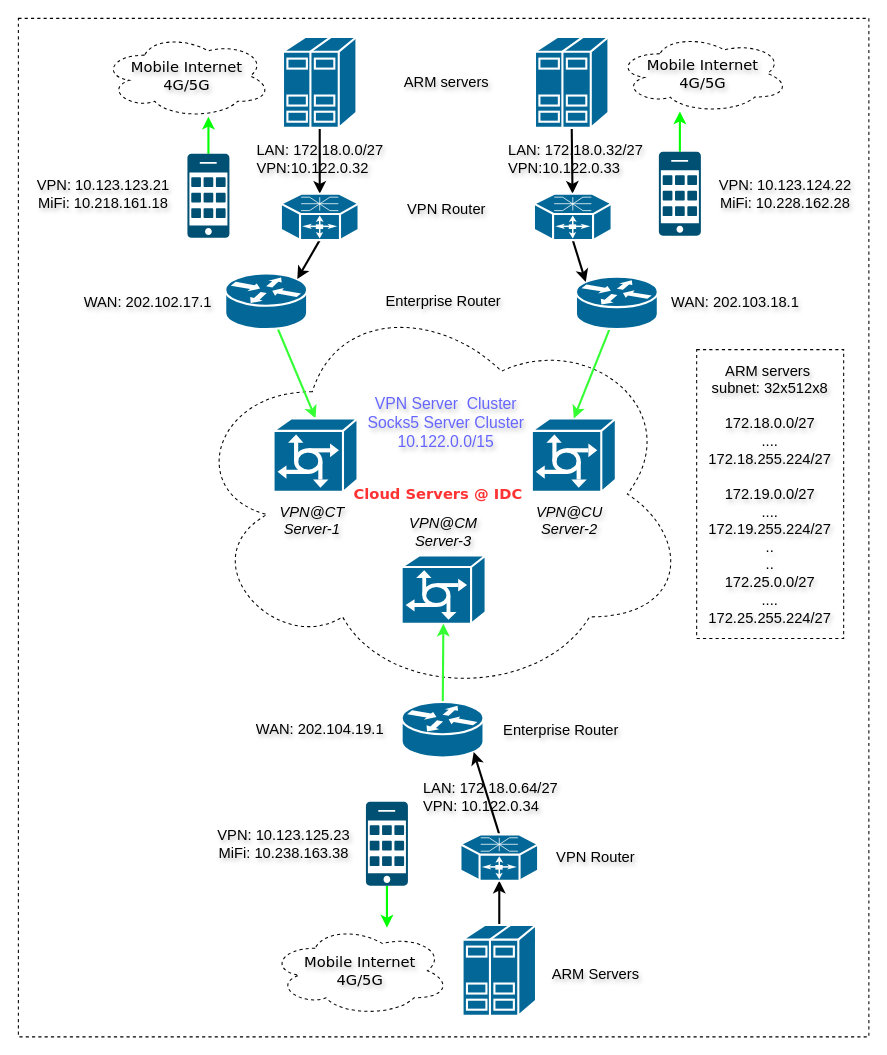
Above: Untitled Diagram.drawio in nxtreaming/andy_study (draw.io), before the change. Source tidied: cells renumbered, new cells numbered last; positions are measured from the earlier drawing's top-left corner, leaving out a move shared by most shapes. Both pictures are drawn from the tidied source at 105%, with x=0, y=0 at pixel (18, 18).
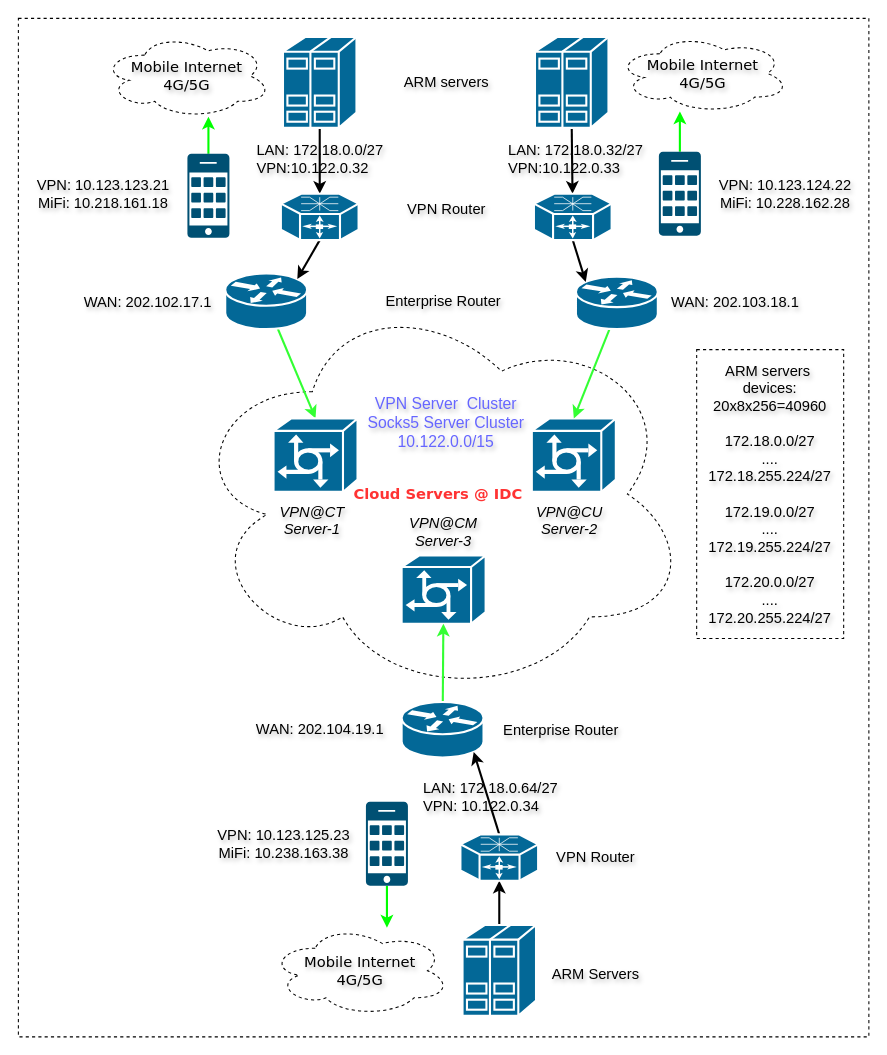
Above is the later version.

Diff of the diagram source:
```diff
@@
-    <mxCell id="53" value="&lt;div style=&quot;font-size: 14px;&quot;&gt;&lt;font style=&quot;font-size: 14px;&quot;&gt;&lt;span style=&quot;background-color: initial;&quot;&gt;ARM servers&amp;nbsp;&lt;/span&gt;&lt;br&gt;&lt;/font&gt;&lt;/div&gt;&lt;div style=&quot;font-size: 14px;&quot;&gt;&lt;font style=&quot;font-size: 14px;&quot;&gt;subnet: 32x512x8&lt;/font&gt;&lt;/div&gt;&lt;div style=&quot;font-size: 14px;&quot;&gt;&lt;span style=&quot;background-color: initial;&quot;&gt;&lt;font style=&quot;font-size: 14px;&quot;&gt;&lt;br&gt;&lt;/font&gt;&lt;/span&gt;&lt;/div&gt;&lt;div style=&quot;font-size: 14px;&quot;&gt;&lt;span style=&quot;background-color: initial;&quot;&gt;&lt;font style=&quot;font-size: 14px;&quot;&gt;172.18.0.0/27&lt;/font&gt;&lt;/span&gt;&lt;/div&gt;&lt;div style=&quot;font-size: 14px;&quot;&gt;&lt;span style=&quot;background-color: initial;&quot;&gt;&lt;font style=&quot;font-size: 14px;&quot;&gt;....&lt;/font&gt;&lt;/span&gt;&lt;/div&gt;&lt;div style=&quot;font-size: 14px;&quot;&gt;&lt;span style=&quot;background-color: initial;&quot;&gt;&lt;font style=&quot;font-size: 14px;&quot;&gt;172.18.255.224/27&lt;/font&gt;&lt;/span&gt;&lt;/div&gt;&lt;div style=&quot;font-size: 14px;&quot;&gt;&lt;span style=&quot;background-color: initial;&quot;&gt;&lt;font style=&quot;font-size: 14px;&quot;&gt;&lt;br&gt;&lt;/font&gt;&lt;/span&gt;&lt;/div&gt;&lt;div style=&quot;font-size: 14px;&quot;&gt;&lt;span style=&quot;background-color: initial;&quot;&gt;&lt;font style=&quot;font-size: 14px;&quot;&gt;172.19.0.0/27&lt;/font&gt;&lt;/span&gt;&lt;/div&gt;&lt;div style=&quot;font-size: 14px;&quot;&gt;&lt;span style=&quot;background-color: initial;&quot;&gt;&lt;font style=&quot;font-size: 14px;&quot;&gt;....&lt;/font&gt;&lt;/span&gt;&lt;/div&gt;&lt;div style=&quot;font-size: 14px;&quot;&gt;&lt;span style=&quot;background-color: initial;&quot;&gt;&lt;font style=&quot;font-size: 14px;&quot;&gt;172.19.255.224/27&lt;/font&gt;&lt;/span&gt;&lt;/div&gt;&lt;div style=&quot;font-size: 14px;&quot;&gt;&lt;font style=&quot;font-size: 14px;&quot;&gt;..&lt;/font&gt;&lt;/div&gt;&lt;div style=&quot;font-size: 14px;&quot;&gt;&lt;font style=&quot;font-size: 14px;&quot;&gt;..&lt;/font&gt;&lt;/div&gt;&lt;div style=&quot;font-size: 14px;&quot;&gt;&lt;font style=&quot;font-size: 14px;&quot;&gt;172.25.0.0/27&lt;/font&gt;&lt;/div&gt;&lt;div style=&quot;font-size: 14px;&quot;&gt;&lt;font style=&quot;font-size: 14px;&quot;&gt;....&lt;/font&gt;&lt;/div&gt;&lt;div style=&quot;font-size: 14px;&quot;&gt;&lt;font style=&quot;font-size: 14px;&quot;&gt;172.25.255.224/27&lt;/font&gt;&lt;/div&gt;" style="whiteSpace=wrap;html=1;strokeColor=#000000;dashed=1;strokeWidth=1;textShadow=1;" parent="1" vertex="1">
+    <mxCell id="53" value="&lt;div style=&quot;font-size: 14px;&quot;&gt;&lt;font style=&quot;font-size: 14px;&quot;&gt;&lt;span style=&quot;background-color: initial;&quot;&gt;ARM servers&amp;nbsp;&lt;/span&gt;&lt;br&gt;&lt;/font&gt;&lt;/div&gt;&lt;div style=&quot;font-size: 14px;&quot;&gt;&lt;font style=&quot;font-size: 14px;&quot;&gt;devices: 20x8x256=40960&lt;/font&gt;&lt;/div&gt;&lt;div style=&quot;font-size: 14px;&quot;&gt;&lt;span style=&quot;background-color: initial;&quot;&gt;&lt;font style=&quot;font-size: 14px;&quot;&gt;&lt;br&gt;&lt;/font&gt;&lt;/span&gt;&lt;/div&gt;&lt;div style=&quot;font-size: 14px;&quot;&gt;&lt;span style=&quot;background-color: initial;&quot;&gt;&lt;font style=&quot;font-size: 14px;&quot;&gt;172.18.0.0/27&lt;/font&gt;&lt;/span&gt;&lt;/div&gt;&lt;div style=&quot;font-size: 14px;&quot;&gt;&lt;span style=&quot;background-color: initial;&quot;&gt;&lt;font style=&quot;font-size: 14px;&quot;&gt;....&lt;/font&gt;&lt;/span&gt;&lt;/div&gt;&lt;div style=&quot;font-size: 14px;&quot;&gt;&lt;span style=&quot;background-color: initial;&quot;&gt;&lt;font style=&quot;font-size: 14px;&quot;&gt;172.18.255.224/27&lt;/font&gt;&lt;/span&gt;&lt;/div&gt;&lt;div style=&quot;font-size: 14px;&quot;&gt;&lt;span style=&quot;background-color: initial;&quot;&gt;&lt;font style=&quot;font-size: 14px;&quot;&gt;&lt;br&gt;&lt;/font&gt;&lt;/span&gt;&lt;/div&gt;&lt;div style=&quot;font-size: 14px;&quot;&gt;&lt;span style=&quot;background-color: initial;&quot;&gt;&lt;font style=&quot;font-size: 14px;&quot;&gt;172.19.0.0/27&lt;/font&gt;&lt;/span&gt;&lt;/div&gt;&lt;div style=&quot;font-size: 14px;&quot;&gt;&lt;span style=&quot;background-color: initial;&quot;&gt;&lt;font style=&quot;font-size: 14px;&quot;&gt;....&lt;/font&gt;&lt;/span&gt;&lt;/div&gt;&lt;div style=&quot;font-size: 14px;&quot;&gt;&lt;span style=&quot;background-color: initial;&quot;&gt;&lt;font style=&quot;font-size: 14px;&quot;&gt;172.19.255.224/27&lt;/font&gt;&lt;/span&gt;&lt;/div&gt;&lt;div style=&quot;font-size: 14px;&quot;&gt;&lt;span style=&quot;background-color: initial;&quot;&gt;&lt;font style=&quot;font-size: 14px;&quot;&gt;&lt;br&gt;&lt;/font&gt;&lt;/span&gt;&lt;/div&gt;&lt;div style=&quot;font-size: 14px;&quot;&gt;&lt;font style=&quot;font-size: 14px;&quot;&gt;172.20.0.0/27&lt;/font&gt;&lt;/div&gt;&lt;div style=&quot;font-size: 14px;&quot;&gt;&lt;font style=&quot;font-size: 14px;&quot;&gt;....&lt;/font&gt;&lt;/div&gt;&lt;div style=&quot;font-size: 14px;&quot;&gt;&lt;font style=&quot;font-size: 14px;&quot;&gt;172.20.255.224/27&lt;/font&gt;&lt;/div&gt;" style="whiteSpace=wrap;html=1;strokeColor=#000000;dashed=1;strokeWidth=1;textShadow=1;" parent="1" vertex="1">
       <mxGeometry x="646" y="315.5" width="140" height="275" as="geometry" />
     </mxCell>
```
